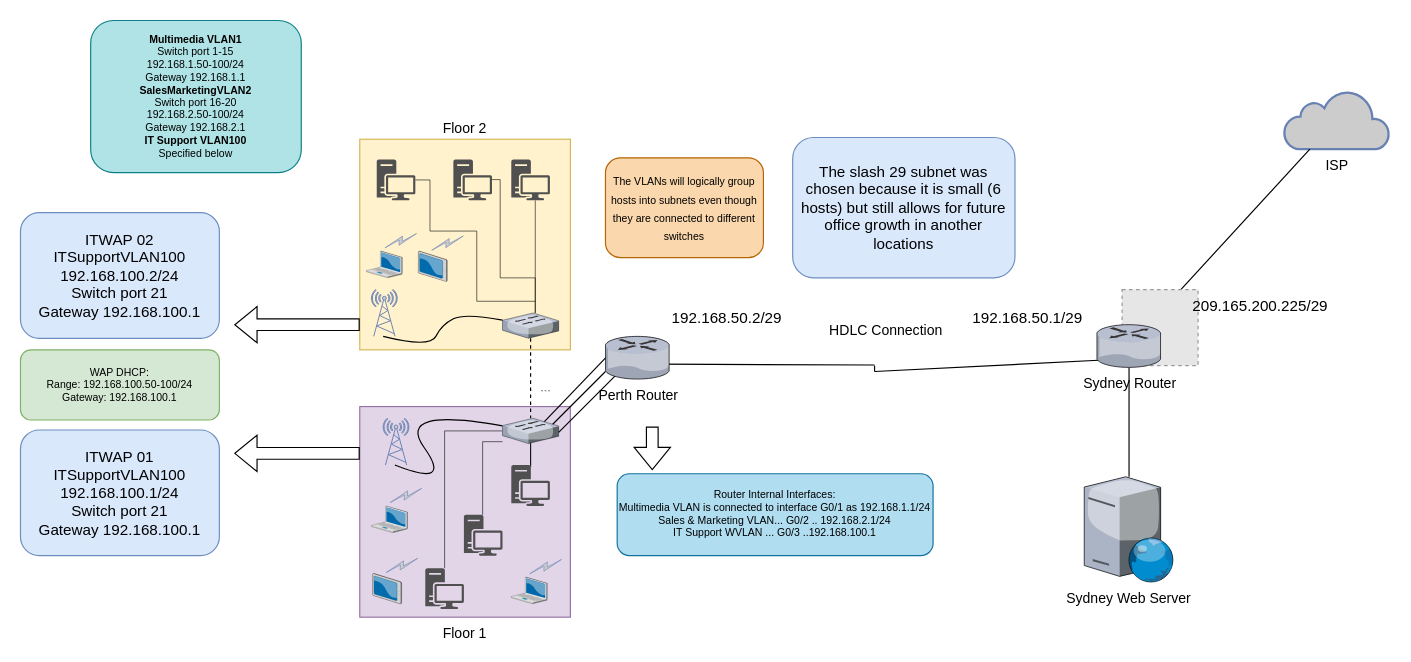
Before: Case Study Diagram v1.drawio in TechWiz-3/Network-Diagrams, a draw.io diagram. Source tidied: cells renumbered, new cells numbered last; positions are measured from the earlier drawing's top-left corner, leaving out a move shared by most shapes. Both pictures are drawn from the tidied source at 117%, with x=0, y=0 at pixel (20, 20). Pictures stored in the file or linked from it are replaced by grey dashed boxes.
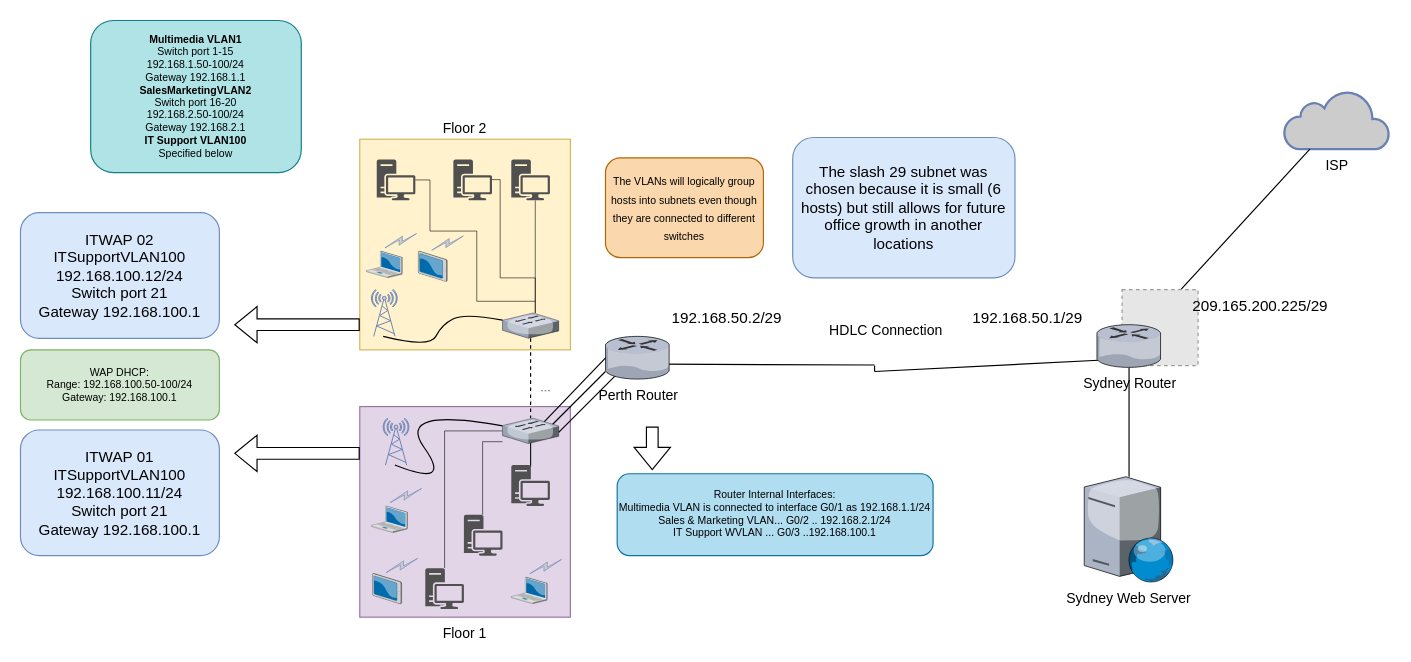
The same page after the edit.

Commit message:
🐛 FIX: WAP addressing

What changed in the source:
```diff
@@
-    <mxCell id="29" value="ITWAP 01&lt;br&gt;&lt;div&gt;ITSupportVLAN100&lt;/div&gt;&lt;div&gt;192.168.100.1/24&lt;/div&gt;&lt;div&gt;Switch port 21&lt;/div&gt;&lt;div&gt;Gateway 192.168.100.1&lt;br&gt;&lt;/div&gt;" style="rounded=1;whiteSpace=wrap;html=1;fontSize=13;strokeColor=#6c8ebf;fillColor=#dae8fc;" parent="1" vertex="1">
+    <mxCell id="29" value="ITWAP 01&lt;br&gt;&lt;div&gt;ITSupportVLAN100&lt;/div&gt;&lt;div&gt;192.168.100.11/24&lt;/div&gt;&lt;div&gt;Switch port 21&lt;/div&gt;&lt;div&gt;Gateway 192.168.100.1&lt;br&gt;&lt;/div&gt;" style="rounded=1;whiteSpace=wrap;html=1;fontSize=13;strokeColor=#6c8ebf;fillColor=#dae8fc;" parent="1" vertex="1">
       <mxGeometry y="350" width="170" height="107.4" as="geometry" />
     </mxCell>
@@
-    <mxCell id="31" value="ITWAP 02&lt;br&gt;&lt;div&gt;ITSupportVLAN100&lt;/div&gt;&lt;div&gt;192.168.100.2/24&lt;/div&gt;&lt;div&gt;Switch port 21&lt;/div&gt;&lt;div&gt;Gateway 192.168.100.1&lt;br&gt;&lt;/div&gt;" style="rounded=1;whiteSpace=wrap;html=1;fontSize=13;strokeColor=#6c8ebf;fillColor=#dae8fc;" parent="1" vertex="1">
+    <mxCell id="31" value="ITWAP 02&lt;br&gt;&lt;div&gt;ITSupportVLAN100&lt;/div&gt;&lt;div&gt;192.168.100.12/24&lt;/div&gt;&lt;div&gt;Switch port 21&lt;/div&gt;&lt;div&gt;Gateway 192.168.100.1&lt;br&gt;&lt;/div&gt;" style="rounded=1;whiteSpace=wrap;html=1;fontSize=13;strokeColor=#6c8ebf;fillColor=#dae8fc;" parent="1" vertex="1">
       <mxGeometry y="164.3" width="170" height="107.4" as="geometry" />
     </mxCell>
```
